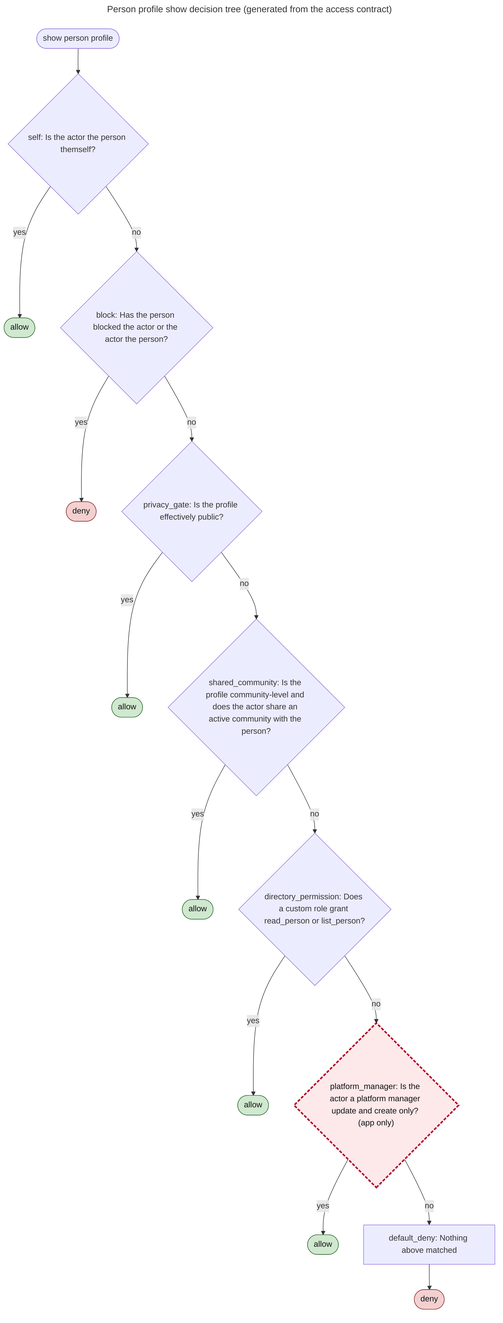
better-together-org/community-engine-rails keeps this Mermaid diagram as docs/diagrams/exports/png/access_contract_person_decision_tree.png. Above is the earlier version. Its source is kept beside it as docs/diagrams/source/access_contract_person_decision_tree.mmd.
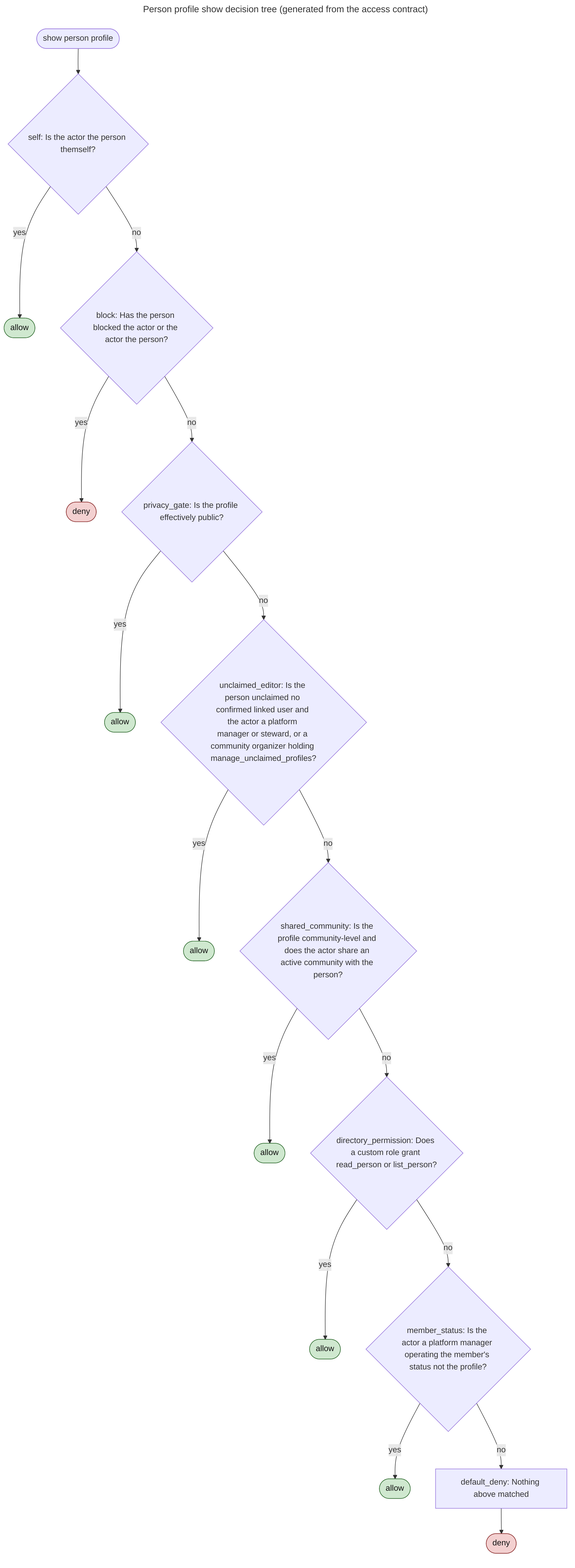
Later version of the same file.

What changed in the source:
```diff
@@ -16,22 +16,25 @@
   r2 -- yes --> r2o(["allow"])
   class r2o out_allow
   r2 -- no --> r3
-  r3{"shared_community: Is the profile community-level and does the actor share an active community with the person?"}
+  r3{"unclaimed_editor: Is the person unclaimed no confirmed linked user and the actor a platform manager or steward, or a community organizer holding manage_unclaimed_profiles?"}
   r3 -- yes --> r3o(["allow"])
   class r3o out_allow
   r3 -- no --> r4
-  r4{"directory_permission: Does a custom role grant read_person or list_person?"}
+  r4{"shared_community: Is the profile community-level and does the actor share an active community with the person?"}
   r4 -- yes --> r4o(["allow"])
   class r4o out_allow
   r4 -- no --> r5
-  r5{"platform_manager: Is the actor a platform manager update and create only? (app only)"}
+  r5{"directory_permission: Does a custom role grant read_person or list_person?"}
   r5 -- yes --> r5o(["allow"])
   class r5o out_allow
-  class r5 unintended
   r5 -- no --> r6
-  r6["default_deny: Nothing above matched"]
-  r6 --> r6o(["deny"])
-  class r6o out_deny
+  r6{"member_status: Is the actor a platform manager operating the member's status not the profile?"}
+  r6 -- yes --> r6o(["allow"])
+  class r6o out_allow
+  r6 -- no --> r7
+  r7["default_deny: Nothing above matched"]
+  r7 --> r7o(["deny"])
+  class r7o out_deny
   classDef out_allow fill:#cfe8cf,stroke:#2e6b2e,color:#111
   classDef out_deny fill:#f3d0d0,stroke:#8a2a2a,color:#111
   classDef out_conditional fill:#f6e7b4,stroke:#8a6d1a,color:#111
```
